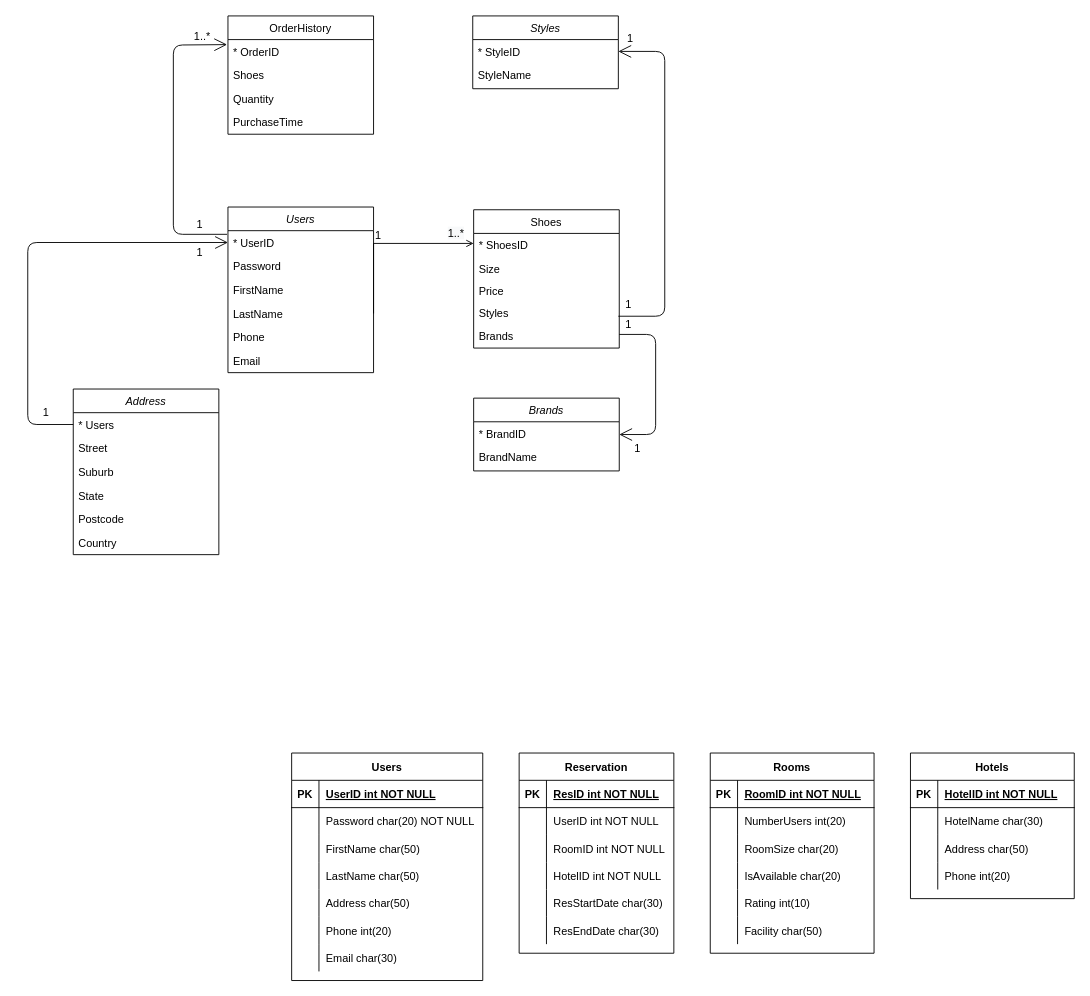
The draw.io diagram Web_final_exam.drawio in Ziqi222/name.c, before the edit. Source tidied: cells renumbered, new cells numbered last; positions are measured from the earlier drawing's top-left corner, leaving out a move shared by most shapes. Both pictures are drawn from the tidied source at 91%, with x=0, y=0 at pixel (27, 15).
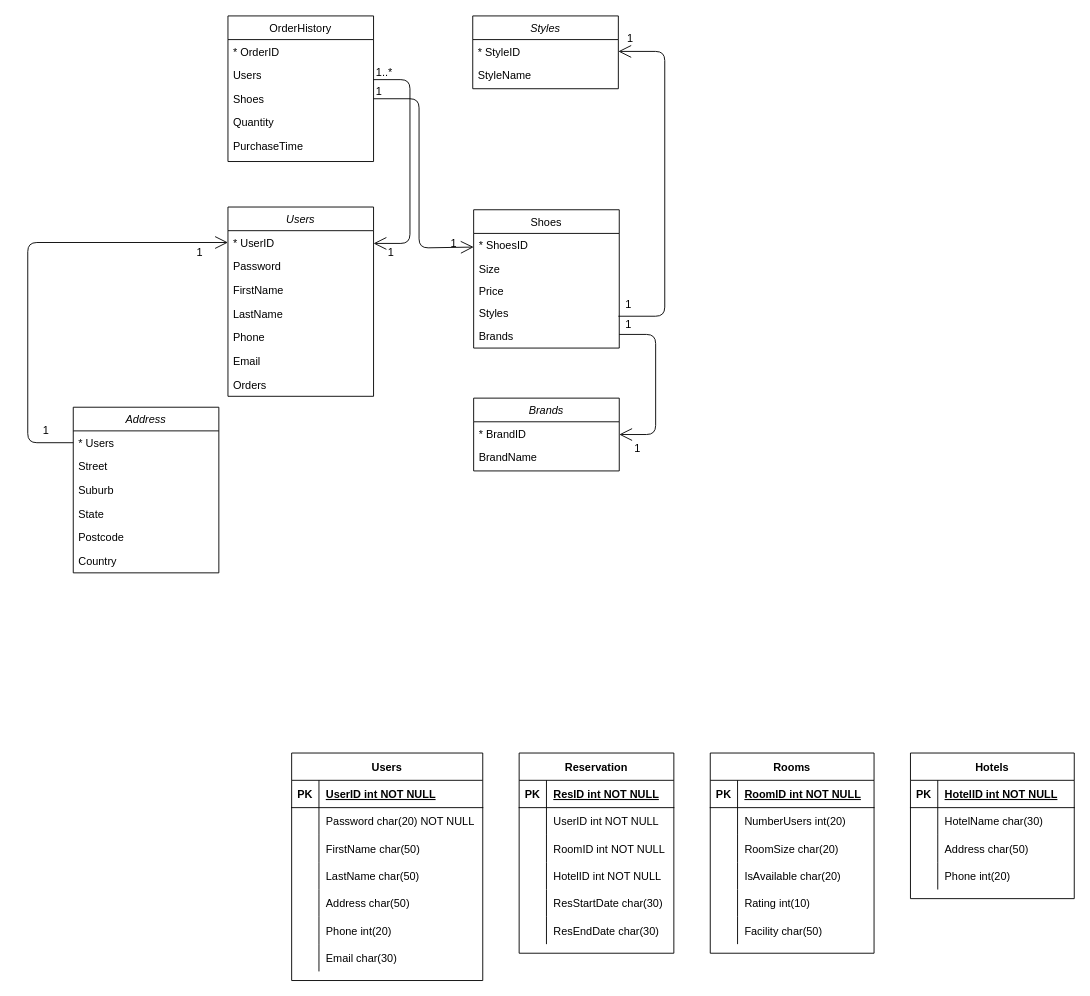
The same diagram, later.

Unchanged cells that the change refers to:
```xml
<mxCell id="3" value="* UserID" style="text;align=left;verticalAlign=top;spacingLeft=4;spacingRight=4;overflow=hidden;points=[[0,0.5],[1,0.5]];portConstraint=eastwest;" parent="2" vertex="1">
  <mxGeometry y="26" width="160" height="26" as="geometry" />
</mxCell>
<mxCell id="6" value="LastName" style="text;align=left;verticalAlign=top;spacingLeft=4;spacingRight=4;overflow=hidden;points=[[0,0.5],[1,0.5]];portConstraint=eastwest;rounded=0;shadow=0;html=0;" parent="2" vertex="1">
  <mxGeometry y="104" width="160" height="26" as="geometry" />
</mxCell>
<mxCell id="92" value="* Users" style="text;align=left;verticalAlign=top;spacingLeft=4;spacingRight=4;overflow=hidden;points=[[0,0.5],[1,0.5]];portConstraint=eastwest;" parent="91" vertex="1">
  <mxGeometry y="26" width="160" height="26" as="geometry" />
</mxCell>
<mxCell id="110" value="* OrderID" style="text;align=left;verticalAlign=top;spacingLeft=4;spacingRight=4;overflow=hidden;points=[[0,0.5],[1,0.5]];portConstraint=eastwest;" parent="109" vertex="1">
  <mxGeometry y="26" width="160" height="26" as="geometry" />
</mxCell>
```

Change to the diagram source:
```diff
@@
     <mxCell id="2" value="Users" style="swimlane;fontStyle=2;align=center;verticalAlign=top;horizontal=1;startSize=26;rounded=0;shadow=0;strokeWidth=1;" parent="1" vertex="1">
-      <mxGeometry x="220" y="210" width="160" height="182" as="geometry" />
+      <mxGeometry x="220" y="210" width="160" height="208" as="geometry" />
     </mxCell>
@@
+    <mxCell id="125" value="Email" style="text;align=left;verticalAlign=top;spacingLeft=4;spacingRight=4;overflow=hidden;rounded=0;shadow=0;html=0;" parent="2" vertex="1">
+      <mxGeometry y="156" width="160" height="26" as="geometry" />
+    </mxCell>
-    <mxCell id="9" value="Email" style="text;align=left;verticalAlign=top;spacingLeft=4;spacingRight=4;overflow=hidden;rounded=0;shadow=0;html=0;" parent="2" vertex="1">
-      <mxGeometry y="156" width="160" height="26" as="geometry" />
+    <mxCell id="9" value="Orders" style="text;align=left;verticalAlign=top;spacingLeft=4;spacingRight=4;overflow=hidden;rounded=0;shadow=0;html=0;" parent="2" vertex="1">
+      <mxGeometry y="182" width="160" height="26" as="geometry" />
     </mxCell>
@@
-    <mxCell id="16" style="endArrow=open;shadow=0;strokeWidth=1;rounded=0;endFill=1;edgeStyle=elbowEdgeStyle;elbow=vertical;exitX=1;exitY=0.5;exitDx=0;exitDy=0;" parent="1" edge="1" source="6">
-      <mxGeometry x="0.5" y="41" relative="1" as="geometry">
-        <mxPoint x="490" y="250" as="targetPoint" />
-        <Array as="points">
-          <mxPoint x="440" y="250" />
-          <mxPoint x="440" y="260" />
-          <mxPoint x="400" y="300" />
-        </Array>
-        <mxPoint x="-40" y="32" as="offset" />
-      </mxGeometry>
-    </mxCell>
-    <mxCell id="17" value="1" style="align=left;verticalAlign=bottom;labelBackgroundColor=none;fontSize=12;" parent="16" vertex="1">
-      <mxGeometry x="-1" relative="1" as="geometry">
-        <mxPoint y="-77" as="offset" />
-      </mxGeometry>
-    </mxCell>
@@
     <mxCell id="91" value="Address" style="swimlane;fontStyle=2;align=center;verticalAlign=top;horizontal=1;startSize=26;rounded=0;shadow=0;strokeWidth=1;" parent="1" vertex="1">
-      <mxGeometry x="50" y="410" width="160" height="182" as="geometry" />
+      <mxGeometry x="50" y="430" width="160" height="182" as="geometry" />
     </mxCell>
@@
-    <mxCell id="98" value="&lt;span style=&quot;color: rgb(0, 0, 0); font-family: helvetica; font-size: 12px; font-style: normal; font-weight: 400; letter-spacing: normal; text-align: left; text-indent: 0px; text-transform: none; word-spacing: 0px; background-color: rgb(248, 249, 250); display: inline; float: none;&quot;&gt;1..*&lt;/span&gt;" style="text;whiteSpace=wrap;html=1;" parent="1" vertex="1">
-      <mxGeometry x="460" y="225" width="40" height="30" as="geometry" />
-    </mxCell>
     <mxCell id="99" style="endArrow=open;endFill=1;endSize=12;html=1;entryX=0;entryY=0.5;entryDx=0;entryDy=0;exitX=0;exitY=0.5;exitDx=0;exitDy=0;" parent="1" edge="1" source="92" target="3">
       <mxGeometry relative="1" as="geometry">
         <Array as="points">
-          <mxPoint y="449" />
+          <mxPoint y="469" />
           <mxPoint y="249" />
         </Array>
       </mxGeometry>
     </mxCell>
@@
     <mxCell id="109" value="OrderHistory" style="swimlane;fontStyle=0;align=center;verticalAlign=top;horizontal=1;startSize=26;rounded=0;shadow=0;strokeWidth=1;" parent="1" vertex="1">
-      <mxGeometry x="220" width="160" height="130" as="geometry" />
+      <mxGeometry x="220" width="160" height="160" as="geometry" />
     </mxCell>
@@
+    <mxCell id="126" value="Users" style="text;align=left;verticalAlign=top;spacingLeft=4;spacingRight=4;overflow=hidden;rounded=0;shadow=0;html=0;" parent="109" vertex="1">
+      <mxGeometry y="52" width="160" height="26" as="geometry" />
+    </mxCell>
     <mxCell id="111" value="Shoes" style="text;align=left;verticalAlign=top;spacingLeft=4;spacingRight=4;overflow=hidden;points=[[0,0.5],[1,0.5]];portConstraint=eastwest;rounded=0;shadow=0;html=0;" parent="109" vertex="1">
-      <mxGeometry y="52" width="160" height="26" as="geometry" />
+      <mxGeometry y="78" width="160" height="26" as="geometry" />
     </mxCell>
     <mxCell id="112" value="Quantity" style="text;align=left;verticalAlign=top;spacingLeft=4;spacingRight=4;overflow=hidden;rounded=0;shadow=0;html=0;" parent="109" vertex="1">
-      <mxGeometry y="78" width="160" height="26" as="geometry" />
+      <mxGeometry y="104" width="160" height="26" as="geometry" />
     </mxCell>
     <mxCell id="113" value="PurchaseTime" style="text;align=left;verticalAlign=top;spacingLeft=4;spacingRight=4;overflow=hidden;rounded=0;shadow=0;html=0;" parent="109" vertex="1">
-      <mxGeometry y="104" width="160" height="16" as="geometry" />
+      <mxGeometry y="130" width="160" height="16" as="geometry" />
     </mxCell>
-    <mxCell id="114" style="endArrow=open;endFill=1;endSize=12;html=1;entryX=-0.006;entryY=0.212;entryDx=0;entryDy=0;entryPerimeter=0;" parent="1" edge="1" target="110">
-      <mxGeometry relative="1" as="geometry">
-        <mxPoint x="219" y="240" as="sourcePoint" />
-        <Array as="points">
-          <mxPoint x="160" y="240" />
-          <mxPoint x="160" y="32" />
-        </Array>
-      </mxGeometry>
-    </mxCell>
@@
     <mxCell id="116" value="1" style="align=left;verticalAlign=bottom;labelBackgroundColor=none;fontSize=12;" parent="1" vertex="1">
-      <mxGeometry x="400" y="260" as="geometry">
+      <mxGeometry x="400" y="280" as="geometry">
         <mxPoint x="-385" y="184" as="offset" />
       </mxGeometry>
     </mxCell>
@@
     <mxCell id="122" value="1..*" style="align=left;verticalAlign=bottom;labelBackgroundColor=none;fontSize=12;" parent="1" vertex="1">
-      <mxGeometry x="190" y="160" width="160" as="geometry">
+      <mxGeometry x="390" y="200" width="160" as="geometry">
         <mxPoint x="-9" y="-129" as="offset" />
       </mxGeometry>
     </mxCell>
     <mxCell id="123" value="1" style="align=left;verticalAlign=bottom;labelBackgroundColor=none;fontSize=12;" parent="1" vertex="1">
-      <mxGeometry x="370" y="230" as="geometry">
+      <mxGeometry x="580" y="260" as="geometry">
         <mxPoint x="-186" y="8" as="offset" />
       </mxGeometry>
     </mxCell>
@@
+    <mxCell id="127" style="endArrow=open;endFill=1;endSize=12;html=1;" parent="1" edge="1">
+      <mxGeometry relative="1" as="geometry">
+        <mxPoint x="380" y="70" as="sourcePoint" />
+        <mxPoint x="380" y="250" as="targetPoint" />
+        <Array as="points">
+          <mxPoint x="420" y="70" />
+          <mxPoint x="420" y="250" />
+        </Array>
+      </mxGeometry>
+    </mxCell>
+    <mxCell id="128" style="endArrow=open;endFill=1;endSize=12;html=1;entryX=0.75;entryY=1;entryDx=0;entryDy=0;exitX=1;exitY=0.5;exitDx=0;exitDy=0;" parent="1" edge="1" source="111">
+      <mxGeometry relative="1" as="geometry">
+        <mxPoint x="490" y="254" as="targetPoint" />
+        <Array as="points">
+          <mxPoint x="430" y="91" />
+          <mxPoint x="430" y="255" />
+        </Array>
+      </mxGeometry>
+    </mxCell>
+    <mxCell id="129" value="1" style="align=left;verticalAlign=bottom;labelBackgroundColor=none;fontSize=12;" parent="1" vertex="1">
+      <mxGeometry x="390" y="220" width="160" as="geometry">
+        <mxPoint x="-9" y="-129" as="offset" />
+      </mxGeometry>
+    </mxCell>
+    <mxCell id="130" value="1" style="align=left;verticalAlign=bottom;labelBackgroundColor=none;fontSize=12;" parent="1" vertex="1">
+      <mxGeometry x="649" y="250" as="geometry">
+        <mxPoint x="-186" y="8" as="offset" />
+      </mxGeometry>
+    </mxCell>
```
